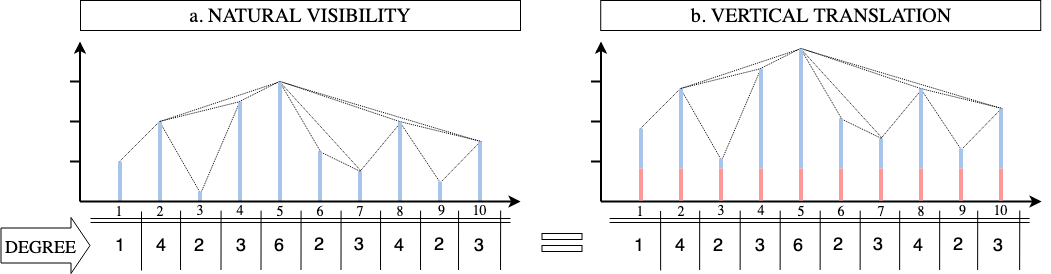
Before: figures/translation.png, a diagram exported from draw.io (delialia/vgspectra). Source tidied: cells renumbered, new cells last; positions are measured from the earlier drawing's top-left corner, leaving out a move shared by most shapes.
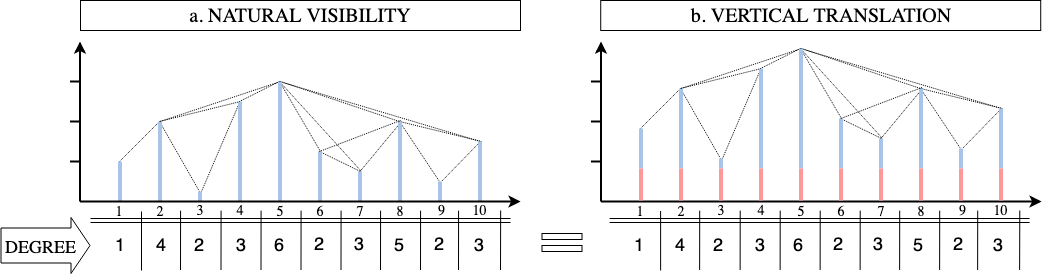
Later version of the same file.

What changed in the source:
```diff
@@ -417,7 +417,7 @@
     <mxCell id="113" value="3" style="text;html=1;align=center;verticalAlign=top;spacingTop=-4;fontSize=18;" parent="1" vertex="1">
       <mxGeometry x="344" y="230" width="30" height="20" as="geometry" />
     </mxCell>
-    <mxCell id="114" value="4" style="text;html=1;align=center;verticalAlign=top;spacingTop=-4;fontSize=18;" parent="1" vertex="1">
+    <mxCell id="114" value="5" style="text;html=1;align=center;verticalAlign=top;spacingTop=-4;fontSize=18;" parent="1" vertex="1">
       <mxGeometry x="384" y="231" width="30" height="20" as="geometry" />
     </mxCell>
     <mxCell id="115" value="2" style="text;html=1;align=center;verticalAlign=top;spacingTop=-4;fontSize=18;" parent="1" vertex="1">
@@ -513,7 +513,7 @@
     <mxCell id="134" value="3" style="text;html=1;align=center;verticalAlign=top;spacingTop=-4;fontSize=18;" parent="1" vertex="1">
       <mxGeometry x="863.1" y="230" width="30" height="20" as="geometry" />
     </mxCell>
-    <mxCell id="135" value="4" style="text;html=1;align=center;verticalAlign=top;spacingTop=-4;fontSize=18;" parent="1" vertex="1">
+    <mxCell id="135" value="5" style="text;html=1;align=center;verticalAlign=top;spacingTop=-4;fontSize=18;" parent="1" vertex="1">
       <mxGeometry x="903.1" y="231" width="30" height="20" as="geometry" />
     </mxCell>
     <mxCell id="136" value="2" style="text;html=1;align=center;verticalAlign=top;spacingTop=-4;fontSize=18;" parent="1" vertex="1">
@@ -528,5 +528,16 @@
     <mxCell id="139" style="rounded=0;whiteSpace=wrap;html=1;strokeColor=#000000;fillColor=none;fontSize=18;align=center;" parent="1" vertex="1">
       <mxGeometry x="541.5" y="245" width="40" height="6" as="geometry" />
     </mxCell>
+    <mxCell id="140" style="edgeStyle=none;rounded=0;html=1;endArrow=none;endFill=0;jettySize=auto;strokeWidth=1;dashed=1;dashPattern=1 1;fontFamily=Computer Modern;entryX=0.25;entryY=0;entryDx=0;entryDy=0;" parent="1" edge="1" target="18">
+      <mxGeometry relative="1" as="geometry">
+        <mxPoint x="400" y="120" as="sourcePoint" />
+      </mxGeometry>
+    </mxCell>
+    <mxCell id="141" style="edgeStyle=none;rounded=0;html=1;endArrow=none;endFill=0;jettySize=auto;orthogonalLoop=1;strokeWidth=1;dashed=1;dashPattern=1 1;fontFamily=Computer Modern;entryX=0.25;entryY=0;entryDx=0;entryDy=0;" parent="1" edge="1">
+      <mxGeometry relative="1" as="geometry">
+        <mxPoint x="921.5" y="87" as="sourcePoint" />
+        <mxPoint x="840.5" y="118" as="targetPoint" />
+      </mxGeometry>
+    </mxCell>
   </root>
 </mxGraphModel>
```
